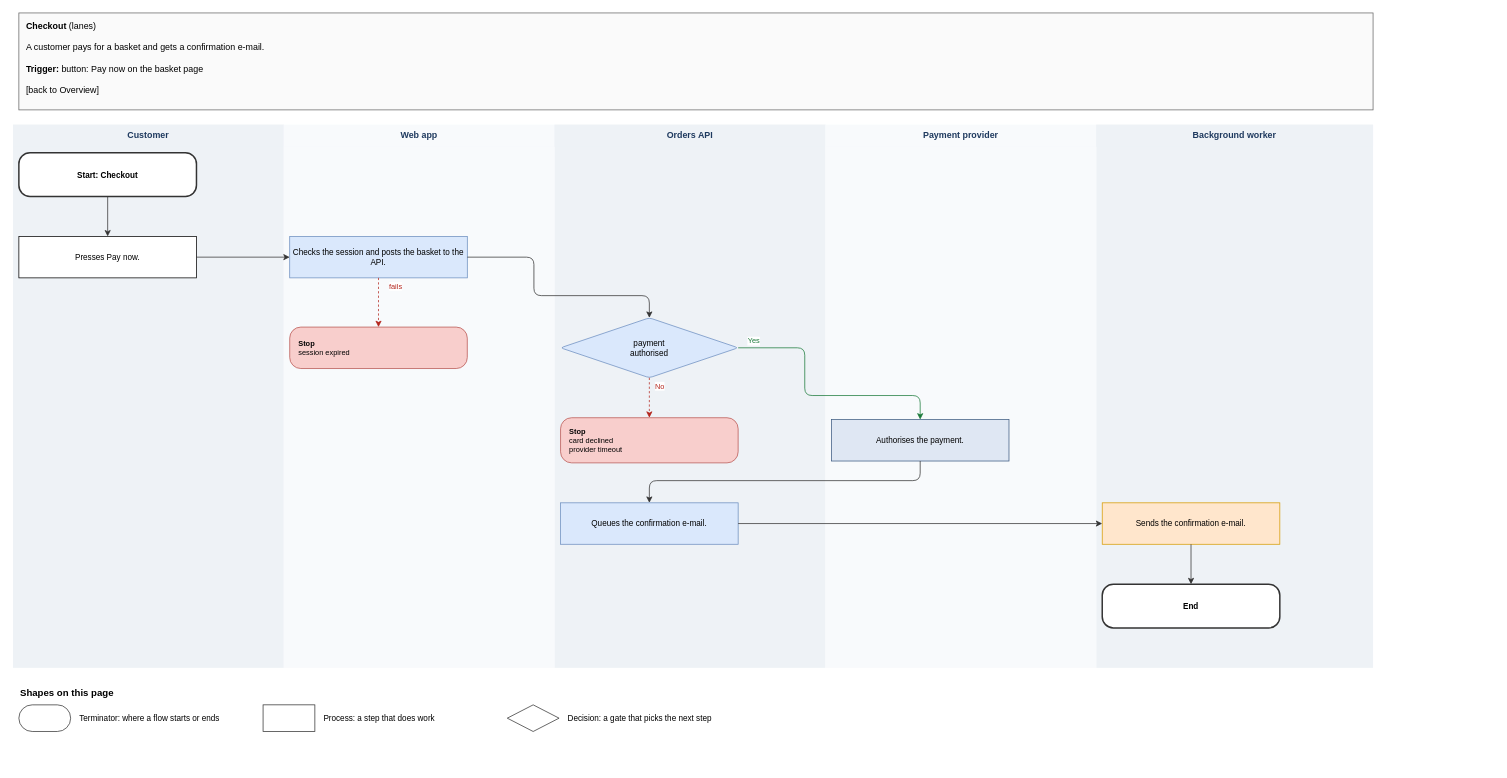
The draw.io diagram page "Lanes: Checkout" (4 of 10) of specialists/platform/skill-drawio/examples/shop/drawio/flows.drawio in amalikn/skills_stuff, before the edit. Source tidied: cells renumbered, new cells numbered last; positions are measured from the earlier drawing's top-left corner, leaving out a move shared by most shapes. Both pictures are drawn from the tidied source at 74%, with x=0, y=0 at pixel (13, 13).
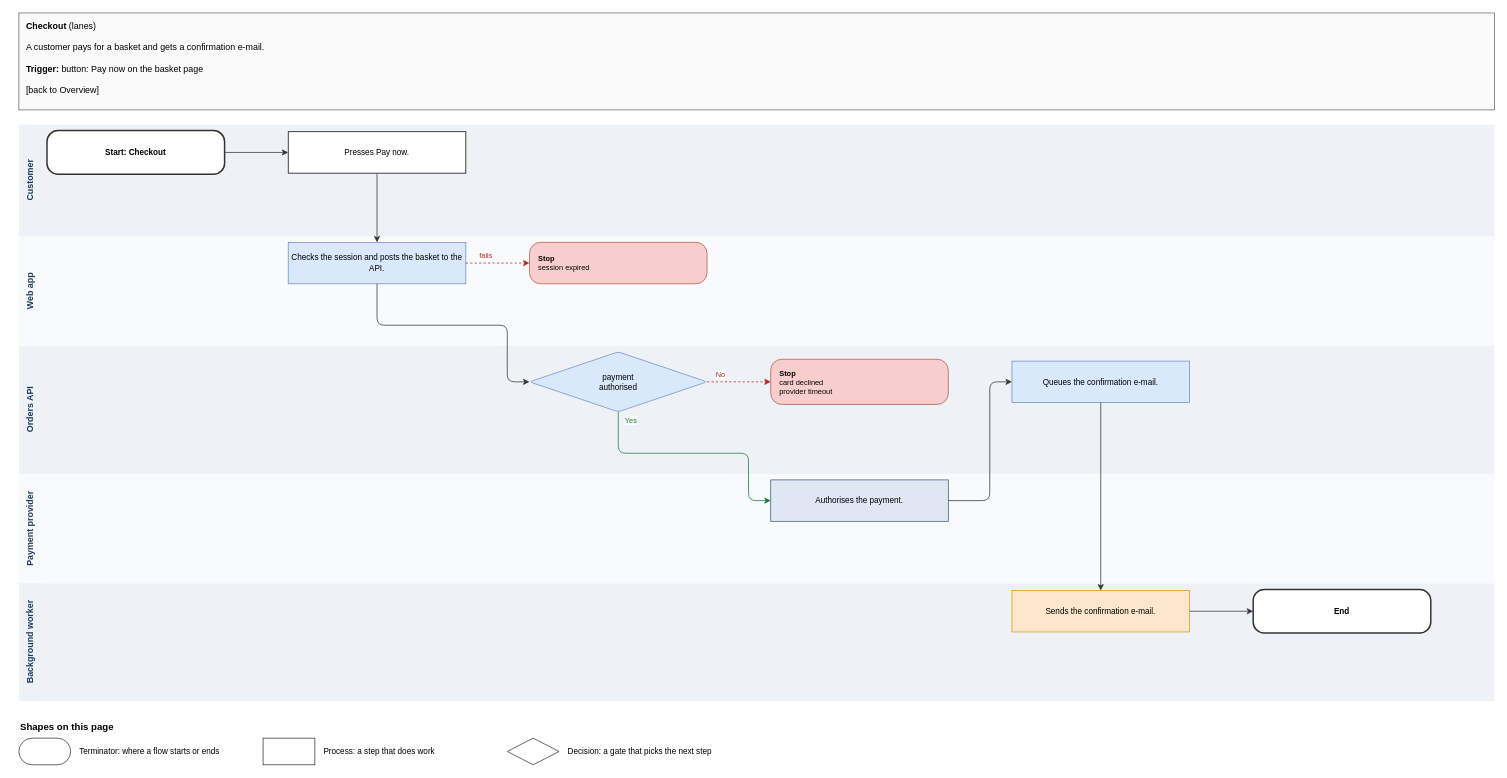
The same page after the edit.

Diff of the diagram source:
```diff
@@
     <mxCell id="2" value="&lt;b&gt;Checkout&lt;/b&gt; (lanes)&lt;br&gt; &lt;br&gt;A customer pays for a basket and gets a confirmation e-mail.&lt;br&gt; &lt;br&gt;&lt;b&gt;Trigger:&lt;/b&gt; button: Pay now on the basket page&lt;br&gt; &lt;br&gt;[back to Overview]" style="rounded=0;whiteSpace=wrap;html=1;fillColor=#fafafa;strokeColor=#666666;align=left;verticalAlign=top;spacingLeft=8;spacingTop=4;fontSize=12;" parent="1" vertex="1">
-      <mxGeometry x="8" width="1830" height="131" as="geometry" />
+      <mxGeometry x="8" width="1994" height="131" as="geometry" />
     </mxCell>
     <mxCell id="3" style="rounded=0;html=1;fillColor=#eef2f6;strokeColor=none;" parent="1" vertex="1">
-      <mxGeometry y="151" width="366" height="734" as="geometry" />
+      <mxGeometry x="8" y="151" width="1994" height="151" as="geometry" />
     </mxCell>
-    <mxCell id="4" value="&lt;b&gt;Customer&lt;/b&gt;" style="rounded=0;whiteSpace=wrap;html=1;fillColor=#eef2f6;strokeColor=none;fontSize=12;fontColor=#1f3a5f;" parent="1" vertex="1">
-      <mxGeometry y="151" width="366" height="30" as="geometry" />
+    <mxCell id="4" value="&lt;b&gt;Customer&lt;/b&gt;" style="rounded=0;whiteSpace=wrap;html=1;fillColor=#eef2f6;strokeColor=none;fontSize=12;fontColor=#1f3a5f;horizontal=0;" parent="1" vertex="1">
+      <mxGeometry x="8" y="151" width="30" height="151" as="geometry" />
     </mxCell>
     <mxCell id="5" style="rounded=0;html=1;fillColor=#f8fafc;strokeColor=none;" parent="1" vertex="1">
-      <mxGeometry x="366" y="151" width="366" height="734" as="geometry" />
+      <mxGeometry x="8" y="302" width="1994" height="148" as="geometry" />
     </mxCell>
-    <mxCell id="6" value="&lt;b&gt;Web app&lt;/b&gt;" style="rounded=0;whiteSpace=wrap;html=1;fillColor=#f8fafc;strokeColor=none;fontSize=12;fontColor=#1f3a5f;" parent="1" vertex="1">
-      <mxGeometry x="366" y="151" width="366" height="30" as="geometry" />
+    <mxCell id="6" value="&lt;b&gt;Web app&lt;/b&gt;" style="rounded=0;whiteSpace=wrap;html=1;fillColor=#f8fafc;strokeColor=none;fontSize=12;fontColor=#1f3a5f;horizontal=0;" parent="1" vertex="1">
+      <mxGeometry x="8" y="302" width="30" height="148" as="geometry" />
     </mxCell>
     <mxCell id="7" style="rounded=0;html=1;fillColor=#eef2f6;strokeColor=none;" parent="1" vertex="1">
-      <mxGeometry x="732" y="151" width="366" height="734" as="geometry" />
+      <mxGeometry x="8" y="450" width="1994" height="173" as="geometry" />
     </mxCell>
-    <mxCell id="8" value="&lt;b&gt;Orders API&lt;/b&gt;" style="rounded=0;whiteSpace=wrap;html=1;fillColor=#eef2f6;strokeColor=none;fontSize=12;fontColor=#1f3a5f;" parent="1" vertex="1">
-      <mxGeometry x="732" y="151" width="366" height="30" as="geometry" />
+    <mxCell id="8" value="&lt;b&gt;Orders API&lt;/b&gt;" style="rounded=0;whiteSpace=wrap;html=1;fillColor=#eef2f6;strokeColor=none;fontSize=12;fontColor=#1f3a5f;horizontal=0;" parent="1" vertex="1">
+      <mxGeometry x="8" y="450" width="30" height="173" as="geometry" />
     </mxCell>
     <mxCell id="9" style="rounded=0;html=1;fillColor=#f8fafc;strokeColor=none;" parent="1" vertex="1">
-      <mxGeometry x="1098" y="151" width="366" height="734" as="geometry" />
+      <mxGeometry x="8" y="623" width="1994" height="148" as="geometry" />
     </mxCell>
-    <mxCell id="10" value="&lt;b&gt;Payment provider&lt;/b&gt;" style="rounded=0;whiteSpace=wrap;html=1;fillColor=#f8fafc;strokeColor=none;fontSize=12;fontColor=#1f3a5f;" parent="1" vertex="1">
-      <mxGeometry x="1098" y="151" width="366" height="30" as="geometry" />
+    <mxCell id="10" value="&lt;b&gt;Payment provider&lt;/b&gt;" style="rounded=0;whiteSpace=wrap;html=1;fillColor=#f8fafc;strokeColor=none;fontSize=12;fontColor=#1f3a5f;horizontal=0;" parent="1" vertex="1">
+      <mxGeometry x="8" y="623" width="30" height="148" as="geometry" />
     </mxCell>
     <mxCell id="11" style="rounded=0;html=1;fillColor=#eef2f6;strokeColor=none;" parent="1" vertex="1">
-      <mxGeometry x="1464" y="151" width="374" height="734" as="geometry" />
+      <mxGeometry x="8" y="771" width="1994" height="159" as="geometry" />
     </mxCell>
-    <mxCell id="12" value="&lt;b&gt;Background worker&lt;/b&gt;" style="rounded=0;whiteSpace=wrap;html=1;fillColor=#eef2f6;strokeColor=none;fontSize=12;fontColor=#1f3a5f;" parent="1" vertex="1">
-      <mxGeometry x="1464" y="151" width="374" height="30" as="geometry" />
+    <mxCell id="12" value="&lt;b&gt;Background worker&lt;/b&gt;" style="rounded=0;whiteSpace=wrap;html=1;fillColor=#eef2f6;strokeColor=none;fontSize=12;fontColor=#1f3a5f;horizontal=0;" parent="1" vertex="1">
+      <mxGeometry x="8" y="771" width="30" height="159" as="geometry" />
     </mxCell>
     <mxCell id="13" value="&lt;b&gt;Start: Checkout&lt;/b&gt;" style="rounded=1;absoluteArcSize=1;arcSize=30;whiteSpace=wrap;html=1;fillColor=#ffffff;strokeColor=#333333;strokeWidth=2;fontSize=11;fontStyle=1;spacingLeft=10;spacingRight=10;" parent="1" vertex="1">
-      <mxGeometry x="8" y="189" width="240" height="59" as="geometry" />
+      <mxGeometry x="46" y="159" width="240" height="59" as="geometry" />
     </mxCell>
     <mxCell id="14" value="Presses Pay now." style="rounded=1;whiteSpace=wrap;html=1;fillColor=#ffffff;strokeColor=#000000;fontSize=11;arcSize=8;fontSize=11;rounded=0;" parent="1" vertex="1">
-      <mxGeometry x="8" y="302" width="240" height="56" as="geometry" />
+      <mxGeometry x="372" y="160.5" width="240" height="56" as="geometry" />
     </mxCell>
     <mxCell id="15" value="Checks the session and posts the basket to the API." style="rounded=1;whiteSpace=wrap;html=1;fillColor=#dae8fc;strokeColor=#6c8ebf;fontSize=11;arcSize=8;fontSize=11;rounded=0;" parent="1" vertex="1">
-      <mxGeometry x="374" y="302" width="240" height="56" as="geometry" />
+      <mxGeometry x="372" y="310" width="240" height="56" as="geometry" />
     </mxCell>
     <mxCell id="16" value="payment authorised" style="rounded=1;whiteSpace=wrap;html=1;fillColor=#dae8fc;strokeColor=#6c8ebf;fontSize=11;arcSize=8;fontSize=11;rhombus;align=center;verticalAlign=middle;spacingLeft=72;spacingRight=72;spacingTop=0;" parent="1" vertex="1">
-      <mxGeometry x="740" y="412" width="240" height="81" as="geometry" />
+      <mxGeometry x="698" y="458" width="240" height="81" as="geometry" />
     </mxCell>
     <mxCell id="17" value="Authorises the payment." style="rounded=1;whiteSpace=wrap;html=1;fillColor=#dfe7f3;strokeColor=#3d5a80;fontSize=11;arcSize=8;fontSize=11;rounded=0;" parent="1" vertex="1">
-      <mxGeometry x="1106" y="549.5" width="240" height="56" as="geometry" />
+      <mxGeometry x="1024" y="631" width="240" height="56" as="geometry" />
     </mxCell>
     <mxCell id="18" value="Queues the confirmation e-mail." style="rounded=1;whiteSpace=wrap;html=1;fillColor=#dae8fc;strokeColor=#6c8ebf;fontSize=11;arcSize=8;fontSize=11;rounded=0;" parent="1" vertex="1">
-      <mxGeometry x="740" y="662" width="240" height="56" as="geometry" />
+      <mxGeometry x="1350" y="470.5" width="240" height="56" as="geometry" />
     </mxCell>
     <mxCell id="19" value="Sends the confirmation e-mail." style="rounded=1;whiteSpace=wrap;html=1;fillColor=#ffe6cc;strokeColor=#d79b00;fontSize=11;arcSize=8;fontSize=11;rounded=0;" parent="1" vertex="1">
-      <mxGeometry x="1472" y="662" width="240" height="56" as="geometry" />
+      <mxGeometry x="1350" y="780.5" width="240" height="56" as="geometry" />
     </mxCell>
     <mxCell id="20" value="&lt;b&gt;End&lt;/b&gt;" style="rounded=1;absoluteArcSize=1;arcSize=30;whiteSpace=wrap;html=1;fillColor=#ffffff;strokeColor=#333333;strokeWidth=2;fontSize=11;fontStyle=1;spacingLeft=10;spacingRight=10;" parent="1" vertex="1">
-      <mxGeometry x="1472" y="772" width="240" height="59" as="geometry" />
+      <mxGeometry x="1676" y="779" width="240" height="59" as="geometry" />
     </mxCell>
     <mxCell id="21" value="&lt;b&gt;Stop&lt;/b&gt;&lt;br&gt;session expired" style="rounded=1;absoluteArcSize=1;arcSize=30;whiteSpace=wrap;html=1;fillColor=#f8cecc;strokeColor=#b85450;fontSize=10;align=left;verticalAlign=middle;spacingLeft=10;spacingRight=8;" parent="1" vertex="1">
-      <mxGeometry x="374" y="424.5" width="240" height="56" as="geometry" />
+      <mxGeometry x="698" y="310" width="240" height="56" as="geometry" />
     </mxCell>
     <mxCell id="22" value="&lt;b&gt;Stop&lt;/b&gt;&lt;br&gt;card declined&lt;br&gt;provider timeout" style="rounded=1;absoluteArcSize=1;arcSize=30;whiteSpace=wrap;html=1;fillColor=#f8cecc;strokeColor=#b85450;fontSize=10;align=left;verticalAlign=middle;spacingLeft=10;spacingRight=8;" parent="1" vertex="1">
-      <mxGeometry x="740" y="547" width="240" height="61" as="geometry" />
+      <mxGeometry x="1024" y="468" width="240" height="61" as="geometry" />
     </mxCell>
-    <mxCell id="23" style="edgeStyle=none;rounded=1;html=1;endArrow=classic;endFill=1;jumpStyle=arc;jumpSize=6;strokeColor=#333333;exitX=0.5;exitY=1;entryX=0.5;entryY=0;exitPerimeter=0;entryPerimeter=0;" parent="1" edge="1" source="13" target="14">
+    <mxCell id="23" style="edgeStyle=none;rounded=1;html=1;endArrow=classic;endFill=1;jumpStyle=arc;jumpSize=6;strokeColor=#333333;exitX=1;exitY=0.5;entryX=0;entryY=0.5;exitPerimeter=0;entryPerimeter=0;" parent="1" edge="1" source="13" target="14">
       <mxGeometry relative="1" as="geometry" />
     </mxCell>
-    <mxCell id="24" style="edgeStyle=none;rounded=1;html=1;endArrow=classic;endFill=1;jumpStyle=arc;jumpSize=6;strokeColor=#333333;exitX=1;exitY=0.5;entryX=0;entryY=0.5;exitPerimeter=0;entryPerimeter=0;" parent="1" edge="1" source="14" target="15">
+    <mxCell id="24" style="edgeStyle=none;rounded=1;html=1;endArrow=classic;endFill=1;jumpStyle=arc;jumpSize=6;strokeColor=#333333;exitX=0.5;exitY=1;entryX=0.5;entryY=0;exitPerimeter=0;entryPerimeter=0;" parent="1" edge="1" source="14" target="15">
       <mxGeometry relative="1" as="geometry" />
     </mxCell>
-    <mxCell id="25" style="edgeStyle=none;rounded=1;html=1;endArrow=classic;endFill=1;jumpStyle=arc;jumpSize=6;strokeColor=#333333;exitX=1;exitY=0.5;entryX=0.5;entryY=0;exitPerimeter=0;entryPerimeter=0;" parent="1" edge="1" source="15" target="16">
+    <mxCell id="25" style="edgeStyle=none;rounded=1;html=1;endArrow=classic;endFill=1;jumpStyle=arc;jumpSize=6;strokeColor=#333333;exitX=0.5;exitY=1;entryX=0;entryY=0.5;exitPerimeter=0;entryPerimeter=0;" parent="1" edge="1" source="15" target="16">
       <mxGeometry relative="1" as="geometry">
         <Array as="points">
-          <mxPoint x="704" y="330" />
-          <mxPoint x="704" y="382" />
-          <mxPoint x="860" y="382" />
+          <mxPoint x="492" y="422" />
+          <mxPoint x="668" y="422" />
+          <mxPoint x="668" y="498.5" />
         </Array>
       </mxGeometry>
     </mxCell>
-    <mxCell id="26" style="edgeStyle=none;rounded=1;html=1;endArrow=classic;endFill=1;jumpStyle=arc;jumpSize=6;dashed=1;strokeColor=#b3261e;exitX=0.5;exitY=1;entryX=0.5;entryY=0;exitPerimeter=0;entryPerimeter=0;" parent="1" edge="1" source="15" target="21">
+    <mxCell id="26" style="edgeStyle=none;rounded=1;html=1;endArrow=classic;endFill=1;jumpStyle=arc;jumpSize=6;dashed=1;strokeColor=#b3261e;exitX=1;exitY=0.5;entryX=0;entryY=0.5;exitPerimeter=0;entryPerimeter=0;" parent="1" edge="1" source="15" target="21">
       <mxGeometry relative="1" as="geometry" />
     </mxCell>
-    <mxCell id="27" style="edgeStyle=none;rounded=1;html=1;endArrow=classic;endFill=1;jumpStyle=arc;jumpSize=6;strokeColor=#1b7a3a;exitX=1;exitY=0.5;entryX=0.5;entryY=0;exitPerimeter=0;entryPerimeter=0;" parent="1" edge="1" source="16" target="17">
+    <mxCell id="27" style="edgeStyle=none;rounded=1;html=1;endArrow=classic;endFill=1;jumpStyle=arc;jumpSize=6;strokeColor=#1b7a3a;exitX=0.5;exitY=1;entryX=0;entryY=0.5;exitPerimeter=0;entryPerimeter=0;" parent="1" edge="1" source="16" target="17">
       <mxGeometry relative="1" as="geometry">
         <Array as="points">
-          <mxPoint x="1070" y="452.5" />
-          <mxPoint x="1070" y="517" />
-          <mxPoint x="1226" y="517" />
+          <mxPoint x="818" y="595" />
+          <mxPoint x="994" y="595" />
+          <mxPoint x="994" y="659" />
         </Array>
       </mxGeometry>
     </mxCell>
-    <mxCell id="28" style="edgeStyle=none;rounded=1;html=1;endArrow=classic;endFill=1;jumpStyle=arc;jumpSize=6;dashed=1;strokeColor=#b3261e;exitX=0.5;exitY=1;entryX=0.5;entryY=0;exitPerimeter=0;entryPerimeter=0;" parent="1" edge="1" source="16" target="22">
+    <mxCell id="28" style="edgeStyle=none;rounded=1;html=1;endArrow=classic;endFill=1;jumpStyle=arc;jumpSize=6;dashed=1;strokeColor=#b3261e;exitX=1;exitY=0.5;entryX=0;entryY=0.5;exitPerimeter=0;entryPerimeter=0;" parent="1" edge="1" source="16" target="22">
       <mxGeometry relative="1" as="geometry" />
     </mxCell>
-    <mxCell id="29" style="edgeStyle=none;rounded=1;html=1;endArrow=classic;endFill=1;jumpStyle=arc;jumpSize=6;strokeColor=#333333;exitX=0.5;exitY=1;entryX=0.5;entryY=0;exitPerimeter=0;entryPerimeter=0;" parent="1" edge="1" source="17" target="18">
+    <mxCell id="29" style="edgeStyle=none;rounded=1;html=1;endArrow=classic;endFill=1;jumpStyle=arc;jumpSize=6;strokeColor=#333333;exitX=1;exitY=0.5;entryX=0;entryY=0.5;exitPerimeter=0;entryPerimeter=0;" parent="1" edge="1" source="17" target="18">
       <mxGeometry relative="1" as="geometry">
         <Array as="points">
-          <mxPoint x="1226" y="632" />
-          <mxPoint x="860" y="632" />
+          <mxPoint x="1320" y="659" />
+          <mxPoint x="1320" y="498.5" />
         </Array>
       </mxGeometry>
     </mxCell>
-    <mxCell id="30" style="edgeStyle=none;rounded=1;html=1;endArrow=classic;endFill=1;jumpStyle=arc;jumpSize=6;strokeColor=#333333;exitX=1;exitY=0.5;entryX=0;entryY=0.5;exitPerimeter=0;entryPerimeter=0;" parent="1" edge="1" source="18" target="19">
+    <mxCell id="30" style="edgeStyle=none;rounded=1;html=1;endArrow=classic;endFill=1;jumpStyle=arc;jumpSize=6;strokeColor=#333333;exitX=0.5;exitY=1;entryX=0.5;entryY=0;exitPerimeter=0;entryPerimeter=0;" parent="1" edge="1" source="18" target="19">
       <mxGeometry relative="1" as="geometry" />
     </mxCell>
-    <mxCell id="31" style="edgeStyle=none;rounded=1;html=1;endArrow=classic;endFill=1;jumpStyle=arc;jumpSize=6;strokeColor=#333333;exitX=0.5;exitY=1;entryX=0.5;entryY=0;exitPerimeter=0;entryPerimeter=0;" parent="1" edge="1" source="19" target="20">
+    <mxCell id="31" style="edgeStyle=none;rounded=1;html=1;endArrow=classic;endFill=1;jumpStyle=arc;jumpSize=6;strokeColor=#333333;exitX=1;exitY=0.5;entryX=0;entryY=0.5;exitPerimeter=0;entryPerimeter=0;" parent="1" edge="1" source="19" target="20">
       <mxGeometry relative="1" as="geometry" />
     </mxCell>
     <mxCell id="32" value="fails" style="text;html=1;align=center;verticalAlign=middle;fontSize=10;labelBackgroundColor=#ffffff;fontColor=#b3261e;" parent="1" vertex="1">
-      <mxGeometry x="498" y="361" width="38" height="16" as="geometry" />
+      <mxGeometry x="620" y="320" width="38" height="16" as="geometry" />
     </mxCell>
     <mxCell id="33" value="Yes" style="text;html=1;align=center;verticalAlign=middle;fontSize=10;labelBackgroundColor=#ffffff;fontColor=#1b7a3a;" parent="1" vertex="1">
-      <mxGeometry x="988" y="434.5" width="26" height="16" as="geometry" />
+      <mxGeometry x="822" y="542" width="26" height="16" as="geometry" />
     </mxCell>
     <mxCell id="34" value="No" style="text;html=1;align=center;verticalAlign=middle;fontSize=10;labelBackgroundColor=#ffffff;fontColor=#b3261e;" parent="1" vertex="1">
-      <mxGeometry x="864" y="496" width="20" height="16" as="geometry" />
+      <mxGeometry x="946" y="480.5" width="20" height="16" as="geometry" />
     </mxCell>
     <mxCell id="35" value="&lt;b&gt;Shapes on this page&lt;/b&gt;" style="text;html=1;align=left;fontSize=13;" parent="1" vertex="1">
-      <mxGeometry x="8" y="905" width="300" height="24" as="geometry" />
+      <mxGeometry x="8" y="950" width="300" height="24" as="geometry" />
     </mxCell>
     <mxCell id="36" style="whiteSpace=wrap;html=1;fillColor=#ffffff;strokeColor=#333333;rounded=1;absoluteArcSize=1;arcSize=36;spacingLeft=14;spacingRight=12;spacingTop=8;" parent="1" vertex="1">
-      <mxGeometry x="8" y="935" width="70" height="36" as="geometry" />
+      <mxGeometry x="8" y="980" width="70" height="36" as="geometry" />
     </mxCell>
     <mxCell id="37" value="Terminator: where a flow starts or ends" style="text;html=1;align=left;verticalAlign=middle;whiteSpace=wrap;fontSize=11;" parent="1" vertex="1">
-      <mxGeometry x="88" y="935" width="240" height="36" as="geometry" />
+      <mxGeometry x="88" y="980" width="240" height="36" as="geometry" />
     </mxCell>
     <mxCell id="38" style="whiteSpace=wrap;html=1;fillColor=#ffffff;strokeColor=#333333;rounded=0;" parent="1" vertex="1">
-      <mxGeometry x="338" y="935" width="70" height="36" as="geometry" />
+      <mxGeometry x="338" y="980" width="70" height="36" as="geometry" />
     </mxCell>
     <mxCell id="39" value="Process: a step that does work" style="text;html=1;align=left;verticalAlign=middle;whiteSpace=wrap;fontSize=11;" parent="1" vertex="1">
-      <mxGeometry x="418" y="935" width="240" height="36" as="geometry" />
+      <mxGeometry x="418" y="980" width="240" height="36" as="geometry" />
     </mxCell>
     <mxCell id="40" style="whiteSpace=wrap;html=1;fillColor=#ffffff;strokeColor=#333333;rhombus;align=center;verticalAlign=middle;spacingLeft=72;spacingRight=72;spacingTop=0;" parent="1" vertex="1">
-      <mxGeometry x="668" y="935" width="70" height="36" as="geometry" />
+      <mxGeometry x="668" y="980" width="70" height="36" as="geometry" />
     </mxCell>
     <mxCell id="41" value="Decision: a gate that picks the next step" style="text;html=1;align=left;verticalAlign=middle;whiteSpace=wrap;fontSize=11;" parent="1" vertex="1">
-      <mxGeometry x="748" y="935" width="240" height="36" as="geometry" />
+      <mxGeometry x="748" y="980" width="240" height="36" as="geometry" />
     </mxCell>
```
